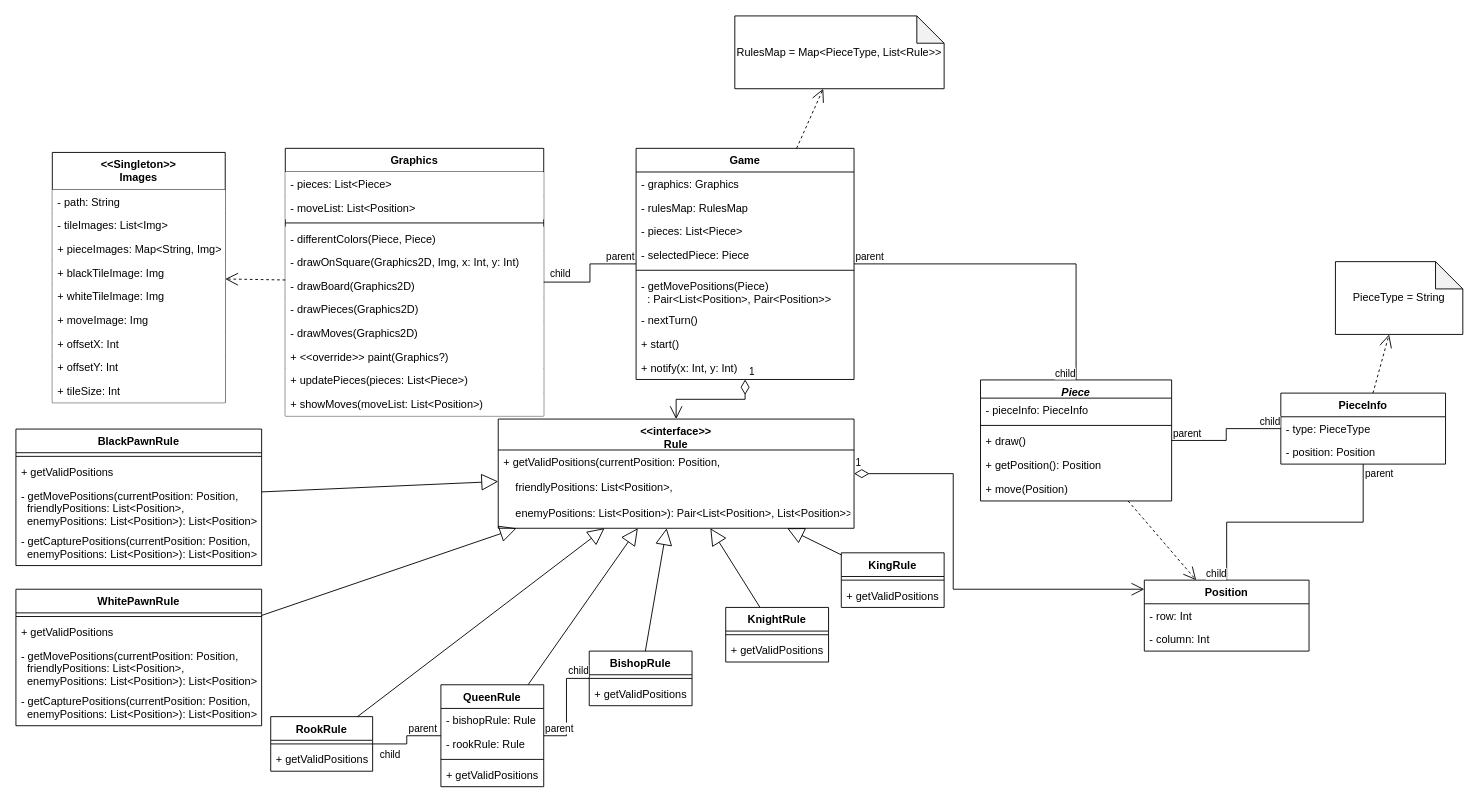
The draw.io diagram class.drawio in invo12/chess, before the edit. Source tidied: cells renumbered, new cells numbered last; positions are measured from the earlier drawing's top-left corner, leaving out a move shared by most shapes. Both pictures are drawn from the tidied source at 91%, with x=0, y=0 at pixel (15, 15).
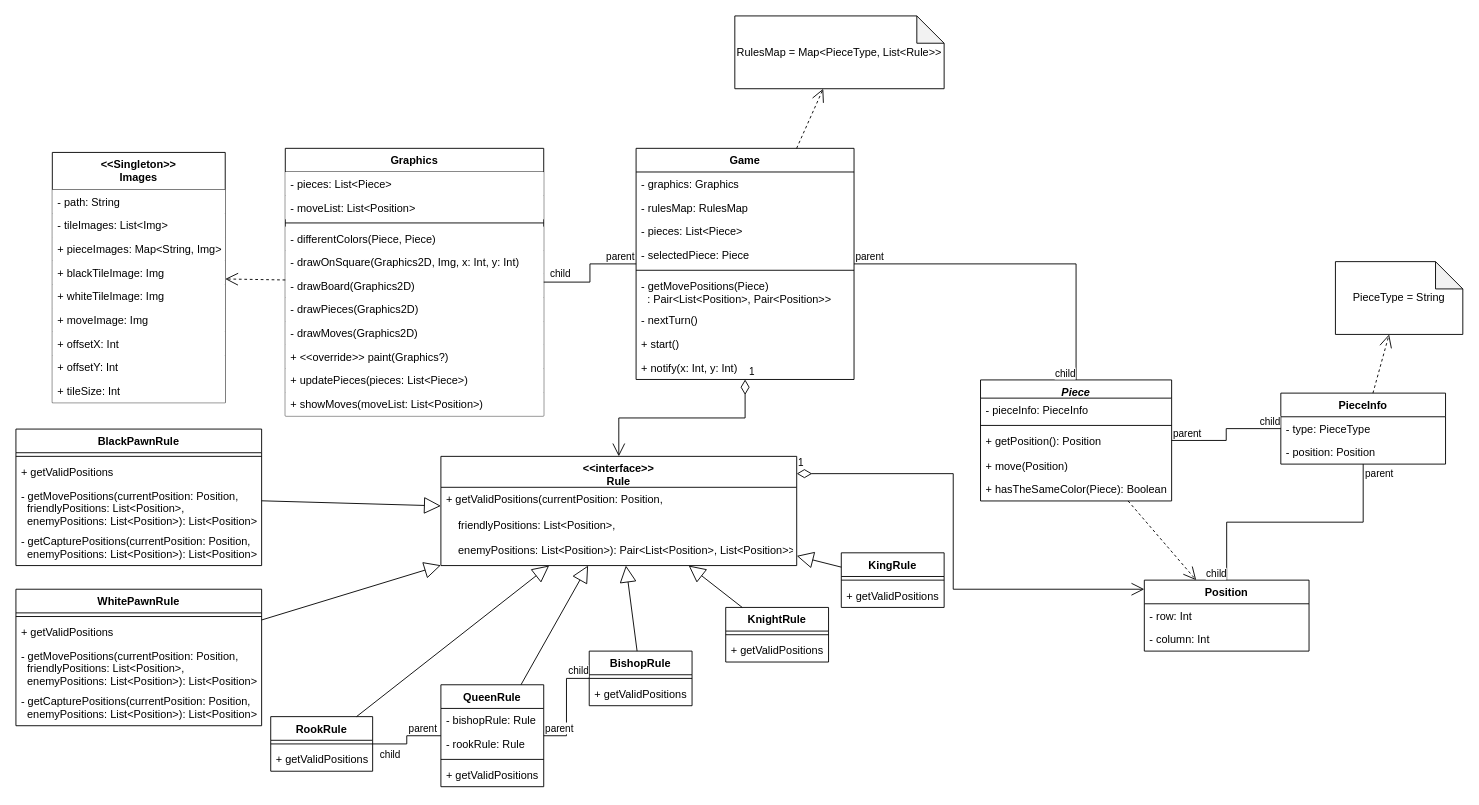
Above is the later version.

Unchanged cells that the change refers to:
```xml
<mxCell id="2" value="Piece" style="swimlane;fontStyle=3;align=center;verticalAlign=top;horizontal=1;startSize=20;" parent="1" vertex="1">
  <mxGeometry x="1060" y="400" width="210" height="133" as="geometry" />
</mxCell>
```

What changed in the source:
```diff
@@
-    <mxCell id="5" value="+ draw()" style="text;strokeColor=none;fillColor=none;align=left;verticalAlign=top;spacingLeft=4;spacingRight=4;overflow=hidden;" parent="2" vertex="1">
-      <mxGeometry y="54" width="210" height="26" as="geometry" />
-    </mxCell>
     <mxCell id="6" value="+ getPosition(): Position" style="text;strokeColor=none;fillColor=none;align=left;verticalAlign=top;spacingLeft=4;spacingRight=4;overflow=hidden;fontStyle=0;" parent="2" vertex="1">
-      <mxGeometry y="80" width="210" height="27" as="geometry" />
+      <mxGeometry y="54" width="210" height="27" as="geometry" />
     </mxCell>
     <mxCell id="7" value="+ move(Position)" style="text;strokeColor=none;fillColor=none;align=left;verticalAlign=top;spacingLeft=4;spacingRight=4;overflow=hidden;fontStyle=0;" parent="2" vertex="1">
-      <mxGeometry y="107" width="210" height="26" as="geometry" />
+      <mxGeometry y="81" width="210" height="26" as="geometry" />
     </mxCell>
+    <mxCell id="108" value="+ hasTheSameColor(Piece): Boolean" style="text;strokeColor=none;fillColor=none;align=left;verticalAlign=top;spacingLeft=4;spacingRight=4;overflow=hidden;fontStyle=0;" parent="2" vertex="1">
+      <mxGeometry y="107" width="210" height="26" as="geometry" />
+    </mxCell>
@@
     <mxCell id="14" value="&lt;&lt;interface&gt;&gt;&#10;Rule" style="swimlane;fontStyle=1;align=center;verticalAlign=top;horizontal=1;startSize=34;fillColor=default;" parent="1" vertex="1">
-      <mxGeometry x="530" y="443" width="391" height="120" as="geometry" />
+      <mxGeometry x="467" y="484" width="391" height="120" as="geometry" />
     </mxCell>
```
